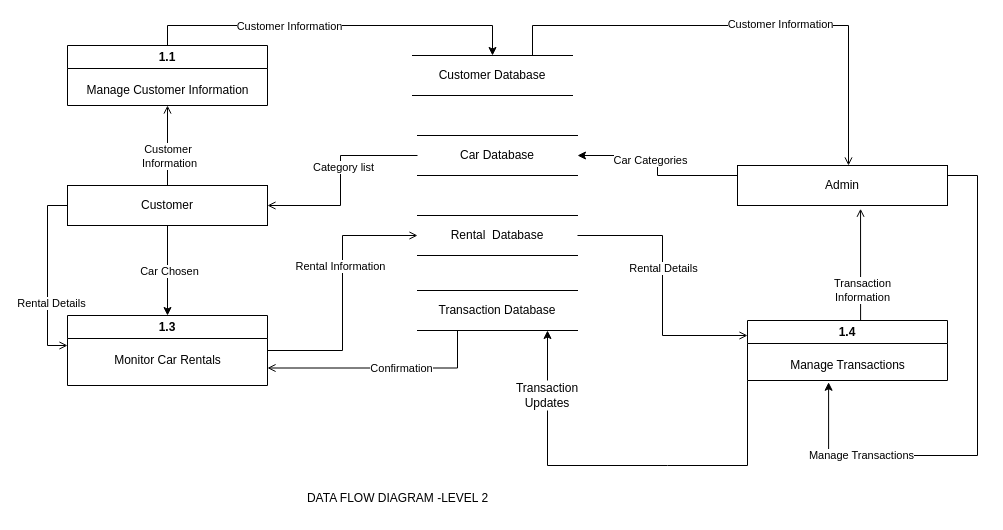
The draw.io diagram Diagrams/DFD/Final/DrawIO files/DFD LEVEL 2_1 white.drawio in Ramoniswack/Car-Rental-Management-System, before the edit. Source tidied: cells renumbered, new cells numbered last; positions are measured from the earlier drawing's top-left corner, leaving out a move shared by most shapes. Both pictures are drawn from the tidied source at 100%, with x=0, y=0 at pixel (47, 25).
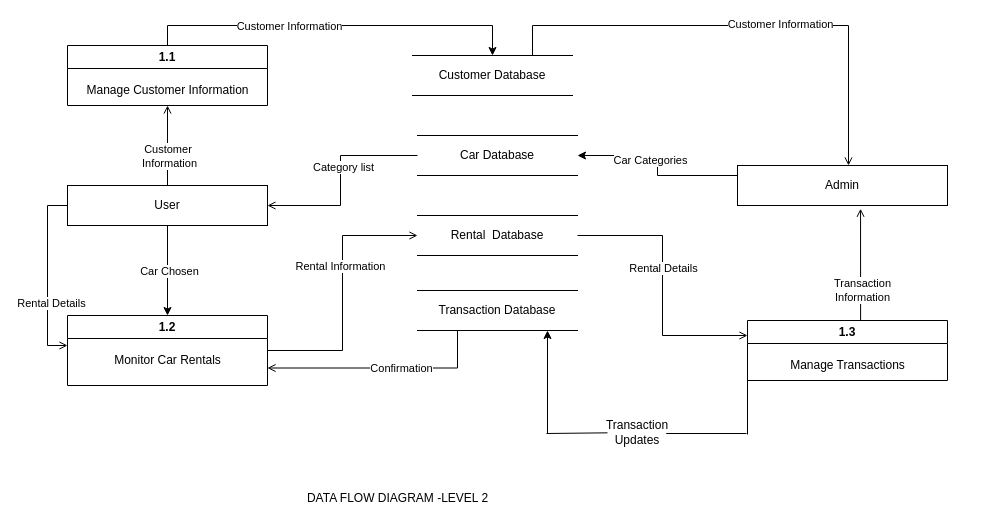
Above is the later version.

The change refers to these unchanged cells:
```xml
<mxCell id="34" value="Admin" style="rounded=0;whiteSpace=wrap;html=1;" parent="1" vertex="1">
  <mxGeometry x="690" y="140" width="210" height="40" as="geometry" />
</mxCell>
<mxCell id="36" value="Manage Transactions" style="text;html=1;align=center;verticalAlign=middle;points=[];strokeColor=none;fillColor=none;" parent="35" vertex="1">
  <mxGeometry x="30" y="30" width="140" height="30" as="geometry" />
</mxCell>
```

The edit, as a diff of the source:
```diff
@@
-    <mxCell id="16" value="Customer" style="rounded=0;whiteSpace=wrap;html=1;" parent="1" vertex="1">
+    <mxCell id="16" value="User" style="rounded=0;whiteSpace=wrap;html=1;" parent="1" vertex="1">
       <mxGeometry x="20" y="160" width="200" height="40" as="geometry" />
     </mxCell>
@@
-    <mxCell id="19" value="1.3" style="swimlane;whiteSpace=wrap;html=1;" parent="1" vertex="1">
+    <mxCell id="19" value="1.2" style="swimlane;whiteSpace=wrap;html=1;" parent="1" vertex="1">
       <mxGeometry x="20" y="290" width="200" height="70" as="geometry" />
     </mxCell>
@@
-    <mxCell id="32" style="edgeStyle=orthogonalEdgeStyle;rounded=0;jettySize=auto;html=1;exitX=1;exitY=0.25;exitDx=0;exitDy=0;entryX=0.365;entryY=1.059;entryDx=0;entryDy=0;entryPerimeter=0;" parent="1" edge="1" source="34" target="36">
-      <mxGeometry relative="1" as="geometry">
-        <Array as="points">
-          <mxPoint x="930" y="150" />
-          <mxPoint x="930" y="430" />
-          <mxPoint x="781" y="430" />
-        </Array>
-      </mxGeometry>
-    </mxCell>
-    <mxCell id="33" value="Manage Transactions" style="edgeLabel;html=1;align=center;verticalAlign=middle;" parent="32" vertex="1">
-      <mxGeometry x="0.6" y="-1" relative="1" as="geometry">
-        <mxPoint x="-1" as="offset" />
-      </mxGeometry>
-    </mxCell>
@@
-    <mxCell id="35" value="1.4" style="swimlane;whiteSpace=wrap;html=1;startSize=23;" parent="1" vertex="1">
+    <mxCell id="35" value="1.3" style="swimlane;whiteSpace=wrap;html=1;startSize=23;" parent="1" vertex="1">
       <mxGeometry x="700" y="295" width="200" height="60" as="geometry" />
     </mxCell>
@@
-    <mxCell id="38" value="Transaction Updates" style="text;html=1;strokeColor=none;fillColor=none;align=center;verticalAlign=middle;whiteSpace=wrap;rounded=0;" parent="1" vertex="1">
-      <mxGeometry x="470" y="355" width="60" height="30" as="geometry" />
-    </mxCell>
@@
-    <mxCell id="42" style="endArrow=none;html=1;rounded=0;entryX=0;entryY=1;entryDx=0;entryDy=0;" parent="1" edge="1" target="35">
-      <mxGeometry relative="1" as="geometry">
-        <mxPoint x="700" y="440" as="sourcePoint" />
-      </mxGeometry>
-    </mxCell>
-    <mxCell id="43" style="endArrow=none;html=1;rounded=0;" parent="1" edge="1">
-      <mxGeometry relative="1" as="geometry">
-        <mxPoint x="500" y="440" as="sourcePoint" />
-        <mxPoint x="700" y="440" as="targetPoint" />
-        <Array as="points">
-          <mxPoint x="620" y="440" />
-        </Array>
-      </mxGeometry>
-    </mxCell>
-    <mxCell id="44" style="endArrow=none;html=1;rounded=0;entryX=0.5;entryY=1;entryDx=0;entryDy=0;" parent="1" edge="1" target="38">
-      <mxGeometry relative="1" as="geometry">
-        <mxPoint x="500" y="440" as="sourcePoint" />
-      </mxGeometry>
-    </mxCell>
+    <mxCell id="45" style="endArrow=none;html=1;rounded=0;" parent="1" edge="1">
+      <mxGeometry relative="1" as="geometry">
+        <mxPoint x="700" y="409" as="sourcePoint" />
+        <mxPoint x="700" y="354" as="targetPoint" />
+      </mxGeometry>
+    </mxCell>
+    <mxCell id="46" style="endArrow=none;html=1;rounded=0;" parent="1" edge="1">
+      <mxGeometry relative="1" as="geometry">
+        <mxPoint x="500" y="408" as="sourcePoint" />
+        <mxPoint x="500" y="348" as="targetPoint" />
+      </mxGeometry>
+    </mxCell>
+    <mxCell id="47" style="endArrow=none;html=1;rounded=0;" parent="1" edge="1" source="38">
+      <mxGeometry relative="1" as="geometry">
+        <mxPoint x="699" y="408" as="targetPoint" />
+        <Array as="points">
+          <mxPoint x="619" y="408" />
+        </Array>
+      </mxGeometry>
+    </mxCell>
+    <mxCell id="48" style="endArrow=none;html=1;rounded=0;" parent="1" edge="1" target="38">
+      <mxGeometry relative="1" as="geometry">
+        <mxPoint x="499" y="408" as="sourcePoint" />
+      </mxGeometry>
+    </mxCell>
+    <mxCell id="38" value="Transaction Updates" style="text;html=1;strokeColor=none;fillColor=none;align=center;verticalAlign=middle;whiteSpace=wrap;rounded=0;" parent="1" vertex="1">
+      <mxGeometry x="560" y="392" width="60" height="30" as="geometry" />
+    </mxCell>
```
